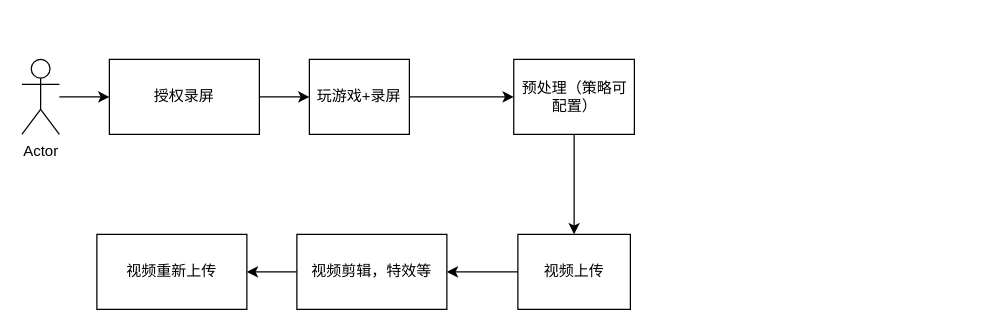
Before: Graph/游戏视频客户端方案.drawio in stevensafin/stevensafin.github.io, a draw.io diagram. Source tidied: cells renumbered, new cells numbered last; positions are measured from the earlier drawing's top-left corner, leaving out a move shared by most shapes. Both pictures are drawn from the tidied source at 125%, with x=0, y=0 at pixel (21, 59).
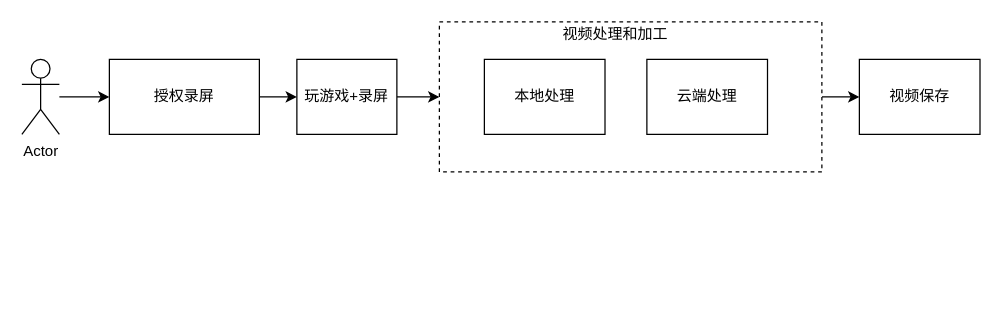
The same page after the edit.

Commit message:
Update 游戏视频客户端方案.drawio

Change to the diagram source:
```diff
@@
 <mxGraphModel>
   <root>
     <mxCell id="0" />
     <mxCell id="1" parent="0" />
+    <mxCell id="15" style="edgeStyle=orthogonalEdgeStyle;rounded=0;jettySize=auto;html=1;" parent="1" edge="1" source="16" target="18">
+      <mxGeometry relative="1" as="geometry" />
+    </mxCell>
+    <mxCell id="16" style="rounded=0;whiteSpace=wrap;html=1;dashed=1;" parent="1" vertex="1">
+      <mxGeometry x="334" y="-30" width="306" height="120" as="geometry" />
+    </mxCell>
     <mxCell id="2" style="edgeStyle=orthogonalEdgeStyle;rounded=0;jettySize=auto;html=1;" parent="1" edge="1" source="3" target="7">
       <mxGeometry relative="1" as="geometry" />
     </mxCell>
     <mxCell id="3" value="Actor" style="shape=umlActor;verticalLabelPosition=bottom;verticalAlign=top;html=1;outlineConnect=0;" parent="1" vertex="1">
       <mxGeometry width="30" height="60" as="geometry" />
     </mxCell>
-    <mxCell id="4" style="edgeStyle=orthogonalEdgeStyle;rounded=0;jettySize=auto;html=1;" parent="1" edge="1" source="5" target="9">
-      <mxGeometry relative="1" as="geometry" />
-    </mxCell>
+    <mxCell id="17" style="edgeStyle=orthogonalEdgeStyle;rounded=0;jettySize=auto;html=1;exitX=1;exitY=0.5;exitDx=0;exitDy=0;entryX=0;entryY=0.5;entryDx=0;entryDy=0;" parent="1" edge="1" source="5" target="16">
+      <mxGeometry relative="1" as="geometry" />
+    </mxCell>
     <mxCell id="5" value="玩游戏+录屏" style="rounded=0;whiteSpace=wrap;html=1;" parent="1" vertex="1">
-      <mxGeometry x="230" width="80" height="60" as="geometry" />
+      <mxGeometry x="220" width="80" height="60" as="geometry" />
     </mxCell>
     <mxCell id="6" style="edgeStyle=orthogonalEdgeStyle;rounded=0;jettySize=auto;html=1;" parent="1" edge="1" source="7" target="5">
       <mxGeometry relative="1" as="geometry" />
     </mxCell>
     <mxCell id="7" value="授权录屏" style="rounded=0;whiteSpace=wrap;html=1;" parent="1" vertex="1">
       <mxGeometry x="70" width="120" height="60" as="geometry" />
     </mxCell>
-    <mxCell id="8" style="edgeStyle=orthogonalEdgeStyle;rounded=0;jettySize=auto;html=1;" parent="1" edge="1" source="9" target="11">
-      <mxGeometry relative="1" as="geometry" />
-    </mxCell>
-    <mxCell id="9" value="预处理（策略可配置）" style="rounded=0;whiteSpace=wrap;html=1;" parent="1" vertex="1">
-      <mxGeometry x="393.5" width="96.5" height="60" as="geometry" />
-    </mxCell>
-    <mxCell id="10" style="edgeStyle=orthogonalEdgeStyle;rounded=0;jettySize=auto;html=1;" parent="1" edge="1" source="11" target="14">
-      <mxGeometry relative="1" as="geometry" />
-    </mxCell>
-    <mxCell id="11" value="视频上传" style="rounded=0;whiteSpace=wrap;html=1;" parent="1" vertex="1">
-      <mxGeometry x="396.8" y="140" width="90" height="60" as="geometry" />
-    </mxCell>
-    <mxCell id="12" value="视频重新上传" style="rounded=0;whiteSpace=wrap;html=1;" parent="1" vertex="1">
-      <mxGeometry x="60" y="140" width="120" height="60" as="geometry" />
-    </mxCell>
-    <mxCell id="13" style="edgeStyle=orthogonalEdgeStyle;rounded=0;jettySize=auto;html=1;" parent="1" edge="1" source="14" target="12">
-      <mxGeometry relative="1" as="geometry" />
-    </mxCell>
-    <mxCell id="14" value="视频剪辑，特效等" style="rounded=0;whiteSpace=wrap;html=1;" parent="1" vertex="1">
-      <mxGeometry x="220" y="140" width="120" height="60" as="geometry" />
-    </mxCell>
+    <mxCell id="18" value="视频保存" style="rounded=0;whiteSpace=wrap;html=1;" parent="1" vertex="1">
+      <mxGeometry x="670" width="96.5" height="60" as="geometry" />
+    </mxCell>
+    <mxCell id="19" value="本地处理" style="rounded=0;whiteSpace=wrap;html=1;" parent="1" vertex="1">
+      <mxGeometry x="370" width="96.5" height="60" as="geometry" />
+    </mxCell>
+    <mxCell id="20" value="云端处理" style="rounded=0;whiteSpace=wrap;html=1;" parent="1" vertex="1">
+      <mxGeometry x="500" width="96.5" height="60" as="geometry" />
+    </mxCell>
+    <mxCell id="21" value="视频处理和加工" style="text;html=1;strokeColor=none;fillColor=none;align=center;verticalAlign=middle;whiteSpace=wrap;rounded=0;dashed=1;" parent="1" vertex="1">
+      <mxGeometry x="430" y="-30" width="90" height="20" as="geometry" />
+    </mxCell>
   </root>
 </mxGraphModel>
```
